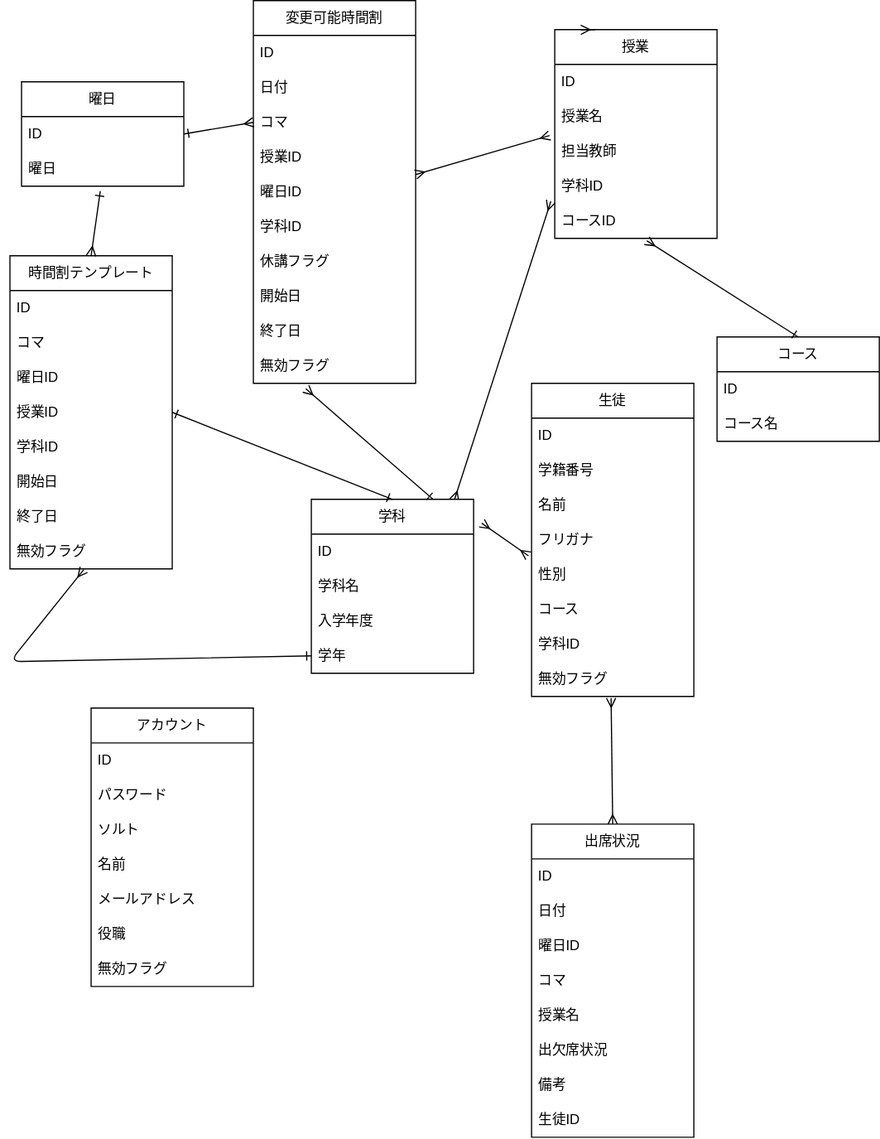
This is データベース.drawio.svg from Raiki215/project_j, a draw.io export, as it was before one commit. Source tidied: cells renumbered, new cells last; positions are measured from the earlier drawing's top-left corner, leaving out a move shared by most shapes.
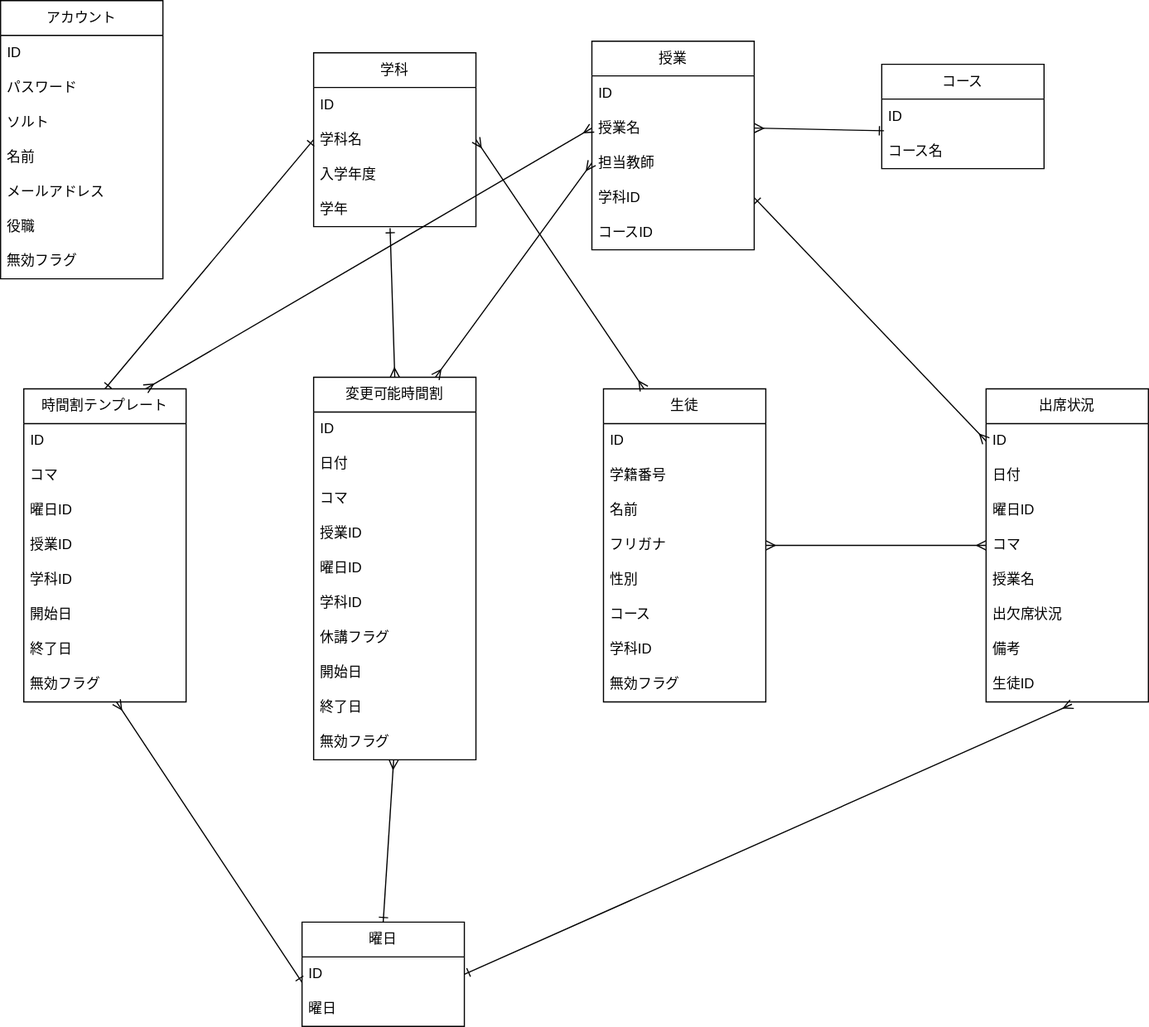
Above is the later version.

What changed in the source:
```diff
@@ -2,11 +2,8 @@
   <root>
     <mxCell id="0" />
     <mxCell id="1" parent="0" />
-    <mxCell id="2" style="edgeStyle=none;html=1;endArrow=ERmany;endFill=0;entryX=0.881;entryY=0.005;entryDx=0;entryDy=0;entryPerimeter=0;exitX=-0.024;exitY=-0.067;exitDx=0;exitDy=0;startArrow=ERmany;startFill=0;exitPerimeter=0;" parent="1" edge="1" source="22" target="3">
-      <mxGeometry relative="1" as="geometry" />
-    </mxCell>
     <mxCell id="3" value="学科" style="swimlane;fontStyle=0;horizontal=1;startSize=30;whiteSpace=wrap;html=1;" parent="1" vertex="1">
-      <mxGeometry x="260" y="430" width="140" height="150" as="geometry" />
+      <mxGeometry x="270" y="-10" width="140" height="150" as="geometry" />
     </mxCell>
     <mxCell id="4" value="ID" style="text;strokeColor=none;fillColor=none;align=left;verticalAlign=middle;spacingLeft=4;spacingRight=4;overflow=hidden;whiteSpace=wrap;html=1;" parent="3" vertex="1">
       <mxGeometry y="30" width="140" height="30" as="geometry" />
@@ -21,7 +18,7 @@
       <mxGeometry y="120" width="140" height="30" as="geometry" />
     </mxCell>
     <mxCell id="8" value="生徒" style="swimlane;fontStyle=0;horizontal=1;startSize=30;whiteSpace=wrap;html=1;" parent="1" vertex="1">
-      <mxGeometry x="450" y="330" width="140" height="270" as="geometry" />
+      <mxGeometry x="520" y="280" width="140" height="270" as="geometry" />
     </mxCell>
     <mxCell id="9" value="ID" style="text;strokeColor=none;fillColor=none;align=left;verticalAlign=middle;spacingLeft=4;spacingRight=4;overflow=hidden;whiteSpace=wrap;html=1;" parent="8" vertex="1">
       <mxGeometry y="30" width="140" height="30" as="geometry" />
@@ -47,26 +44,8 @@
     <mxCell id="16" value="無効フラグ" style="text;strokeColor=none;fillColor=none;align=left;verticalAlign=middle;spacingLeft=4;spacingRight=4;overflow=hidden;points=[[0,0.5],[1,0.5]];portConstraint=eastwest;whiteSpace=wrap;html=1;" parent="8" vertex="1">
       <mxGeometry y="240" width="140" height="30" as="geometry" />
     </mxCell>
-    <mxCell id="17" value="授業" style="swimlane;fontStyle=0;horizontal=1;startSize=30;whiteSpace=wrap;html=1;" parent="1" vertex="1">
-      <mxGeometry x="470" y="25" width="140" height="180" as="geometry" />
-    </mxCell>
-    <mxCell id="18" value="ID" style="text;strokeColor=none;fillColor=none;align=left;verticalAlign=middle;spacingLeft=4;spacingRight=4;overflow=hidden;whiteSpace=wrap;html=1;" parent="17" vertex="1">
-      <mxGeometry y="30" width="140" height="30" as="geometry" />
-    </mxCell>
-    <mxCell id="19" value="授業名" style="text;strokeColor=none;fillColor=none;align=left;verticalAlign=middle;spacingLeft=4;spacingRight=4;overflow=hidden;points=[[0,0.5],[1,0.5]];portConstraint=eastwest;whiteSpace=wrap;html=1;" parent="17" vertex="1">
-      <mxGeometry y="60" width="140" height="30" as="geometry" />
-    </mxCell>
-    <mxCell id="20" value="担当教師" style="text;strokeColor=none;fillColor=none;align=left;verticalAlign=middle;spacingLeft=4;spacingRight=4;overflow=hidden;points=[[0,0.5],[1,0.5]];portConstraint=eastwest;whiteSpace=wrap;html=1;" parent="17" vertex="1">
-      <mxGeometry y="90" width="140" height="30" as="geometry" />
-    </mxCell>
-    <mxCell id="21" value="学科ID" style="text;strokeColor=none;fillColor=none;align=left;verticalAlign=middle;spacingLeft=4;spacingRight=4;overflow=hidden;points=[[0,0.5],[1,0.5]];portConstraint=eastwest;whiteSpace=wrap;html=1;" parent="17" vertex="1">
-      <mxGeometry y="120" width="140" height="30" as="geometry" />
-    </mxCell>
-    <mxCell id="22" value="コースID" style="text;strokeColor=none;fillColor=none;align=left;verticalAlign=middle;spacingLeft=4;spacingRight=4;overflow=hidden;points=[[0,0.5],[1,0.5]];portConstraint=eastwest;whiteSpace=wrap;html=1;" parent="17" vertex="1">
-      <mxGeometry y="150" width="140" height="30" as="geometry" />
-    </mxCell>
     <mxCell id="23" value="出席状況" style="swimlane;fontStyle=0;horizontal=1;startSize=30;whiteSpace=wrap;html=1;" parent="1" vertex="1">
-      <mxGeometry x="450" y="710" width="140" height="270" as="geometry" />
+      <mxGeometry x="850" y="280" width="140" height="270" as="geometry" />
     </mxCell>
     <mxCell id="24" value="ID" style="text;strokeColor=none;fillColor=none;align=left;verticalAlign=middle;spacingLeft=4;spacingRight=4;overflow=hidden;points=[[0,0.5],[1,0.5]];portConstraint=eastwest;whiteSpace=wrap;html=1;" parent="23" vertex="1">
       <mxGeometry y="30" width="140" height="30" as="geometry" />
@@ -93,7 +72,7 @@
       <mxGeometry y="240" width="140" height="30" as="geometry" />
     </mxCell>
     <mxCell id="32" value="アカウント" style="swimlane;fontStyle=0;horizontal=1;startSize=30;whiteSpace=wrap;html=1;" parent="1" vertex="1">
-      <mxGeometry x="70" y="610" width="140" height="240" as="geometry" />
+      <mxGeometry y="-55" width="140" height="240" as="geometry" />
     </mxCell>
     <mxCell id="33" value="ID" style="text;strokeColor=none;fillColor=none;align=left;verticalAlign=middle;spacingLeft=4;spacingRight=4;overflow=hidden;whiteSpace=wrap;html=1;" parent="32" vertex="1">
       <mxGeometry y="30" width="140" height="30" as="geometry" />
@@ -116,14 +95,8 @@
     <mxCell id="39" value="無効フラグ" style="text;strokeColor=none;fillColor=none;align=left;verticalAlign=middle;spacingLeft=4;spacingRight=4;overflow=hidden;whiteSpace=wrap;html=1;" parent="32" vertex="1">
       <mxGeometry y="210" width="140" height="30" as="geometry" />
     </mxCell>
-    <mxCell id="40" style="edgeStyle=none;html=1;endArrow=ERmany;endFill=0;exitX=-0.019;exitY=-0.044;exitDx=0;exitDy=0;startArrow=ERmany;startFill=0;exitPerimeter=0;entryX=1.05;entryY=0.137;entryDx=0;entryDy=0;entryPerimeter=0;" parent="1" edge="1" source="13" target="3">
-      <mxGeometry relative="1" as="geometry" />
-    </mxCell>
-    <mxCell id="41" style="edgeStyle=none;html=1;endArrow=ERmany;endFill=0;entryX=0.49;entryY=1.044;entryDx=0;entryDy=0;entryPerimeter=0;exitX=0.5;exitY=0;exitDx=0;exitDy=0;startArrow=ERmany;startFill=0;" parent="1" edge="1" source="23" target="16">
-      <mxGeometry relative="1" as="geometry" />
-    </mxCell>
     <mxCell id="42" value="コース" style="swimlane;fontStyle=0;horizontal=1;startSize=30;whiteSpace=wrap;html=1;" parent="1" vertex="1">
-      <mxGeometry x="610" y="290" width="140" height="90" as="geometry" />
+      <mxGeometry x="760" width="140" height="90" as="geometry" />
     </mxCell>
     <mxCell id="43" value="ID" style="text;strokeColor=none;fillColor=none;align=left;verticalAlign=middle;spacingLeft=4;spacingRight=4;overflow=hidden;whiteSpace=wrap;html=1;" parent="42" vertex="1">
       <mxGeometry y="30" width="140" height="30" as="geometry" />
@@ -131,11 +104,8 @@
     <mxCell id="44" value="コース名" style="text;strokeColor=none;fillColor=none;align=left;verticalAlign=middle;spacingLeft=4;spacingRight=4;overflow=hidden;points=[[0,0.5],[1,0.5]];portConstraint=eastwest;whiteSpace=wrap;html=1;" parent="42" vertex="1">
       <mxGeometry y="60" width="140" height="30" as="geometry" />
     </mxCell>
-    <mxCell id="45" style="edgeStyle=none;html=1;endArrow=ERmany;endFill=0;entryX=0.567;entryY=1.067;entryDx=0;entryDy=0;exitX=0.5;exitY=0;exitDx=0;exitDy=0;entryPerimeter=0;startArrow=ERone;startFill=0;" parent="1" edge="1" source="42" target="22">
-      <mxGeometry relative="1" as="geometry" />
-    </mxCell>
     <mxCell id="46" value="時間割テンプレート" style="swimlane;fontStyle=0;horizontal=1;startSize=30;whiteSpace=wrap;html=1;" parent="1" vertex="1">
-      <mxGeometry y="220" width="140" height="270" as="geometry" />
+      <mxGeometry x="20" y="280" width="140" height="270" as="geometry" />
     </mxCell>
     <mxCell id="47" value="ID" style="text;strokeColor=none;fillColor=none;align=left;verticalAlign=middle;spacingLeft=4;spacingRight=4;overflow=hidden;whiteSpace=wrap;html=1;" parent="46" vertex="1">
       <mxGeometry y="30" width="140" height="30" as="geometry" />
@@ -161,14 +131,8 @@
     <mxCell id="54" value="無効フラグ" style="text;strokeColor=none;fillColor=none;align=left;verticalAlign=middle;spacingLeft=4;spacingRight=4;overflow=hidden;points=[[0,0.5],[1,0.5]];portConstraint=eastwest;whiteSpace=wrap;html=1;" parent="46" vertex="1">
       <mxGeometry y="240" width="140" height="30" as="geometry" />
     </mxCell>
-    <mxCell id="55" style="edgeStyle=none;html=1;exitX=0.25;exitY=0;exitDx=0;exitDy=0;entryX=0.16;entryY=0.001;entryDx=0;entryDy=0;entryPerimeter=0;endArrow=ERmany;endFill=0;" parent="1" edge="1" source="17" target="17">
-      <mxGeometry relative="1" as="geometry" />
-    </mxCell>
-    <mxCell id="56" style="edgeStyle=none;html=1;endArrow=ERone;endFill=0;exitX=1;exitY=0.5;exitDx=0;exitDy=0;startArrow=ERone;startFill=0;entryX=0.5;entryY=0;entryDx=0;entryDy=0;" parent="1" edge="1" source="50" target="3">
-      <mxGeometry relative="1" as="geometry" />
-    </mxCell>
     <mxCell id="57" value="曜日" style="swimlane;fontStyle=0;horizontal=1;startSize=30;whiteSpace=wrap;html=1;" parent="1" vertex="1">
-      <mxGeometry x="10" y="70" width="140" height="90" as="geometry" />
+      <mxGeometry x="260" y="740" width="140" height="90" as="geometry" />
     </mxCell>
     <mxCell id="58" value="ID" style="text;strokeColor=none;fillColor=none;align=left;verticalAlign=middle;spacingLeft=4;spacingRight=4;overflow=hidden;points=[[0,0.5],[1,0.5]];portConstraint=eastwest;whiteSpace=wrap;html=1;" parent="57" vertex="1">
       <mxGeometry y="30" width="140" height="30" as="geometry" />
@@ -177,7 +141,7 @@
       <mxGeometry y="60" width="140" height="30" as="geometry" />
     </mxCell>
     <mxCell id="60" value="変更可能時間割" style="swimlane;fontStyle=0;horizontal=1;startSize=30;whiteSpace=wrap;html=1;" parent="1" vertex="1">
-      <mxGeometry x="210" width="140" height="330" as="geometry" />
+      <mxGeometry x="270" y="270" width="140" height="330" as="geometry" />
     </mxCell>
     <mxCell id="61" value="ID" style="text;strokeColor=none;fillColor=none;align=left;verticalAlign=middle;spacingLeft=4;spacingRight=4;overflow=hidden;whiteSpace=wrap;html=1;" parent="60" vertex="1">
       <mxGeometry y="30" width="140" height="30" as="geometry" />
@@ -209,26 +173,56 @@
     <mxCell id="70" value="無効フラグ" style="text;strokeColor=none;fillColor=none;align=left;verticalAlign=middle;spacingLeft=4;spacingRight=4;overflow=hidden;points=[[0,0.5],[1,0.5]];portConstraint=eastwest;whiteSpace=wrap;html=1;" parent="60" vertex="1">
       <mxGeometry y="300" width="140" height="30" as="geometry" />
     </mxCell>
-    <mxCell id="71" style="edgeStyle=none;html=1;endArrow=ERmany;endFill=0;startArrow=ERone;startFill=0;exitX=1;exitY=0.5;exitDx=0;exitDy=0;entryX=0;entryY=0.5;entryDx=0;entryDy=0;" parent="1" edge="1" source="58" target="63">
-      <mxGeometry relative="1" as="geometry" />
-    </mxCell>
-    <mxCell id="72" style="edgeStyle=none;html=1;endArrow=ERmany;endFill=0;startArrow=ERone;startFill=0;exitX=0.485;exitY=1.147;exitDx=0;exitDy=0;entryX=0.5;entryY=0;entryDx=0;entryDy=0;exitPerimeter=0;" parent="1" edge="1" source="59" target="46">
-      <mxGeometry relative="1" as="geometry" />
-    </mxCell>
-    <mxCell id="73" style="edgeStyle=none;html=1;endArrow=ERmany;endFill=0;startArrow=ERone;startFill=0;exitX=0.75;exitY=0;exitDx=0;exitDy=0;entryX=0.323;entryY=1.156;entryDx=0;entryDy=0;entryPerimeter=0;" parent="1" edge="1" source="3" target="70">
-      <mxGeometry relative="1" as="geometry" />
-    </mxCell>
-    <mxCell id="74" style="edgeStyle=none;html=1;endArrow=ERmany;endFill=0;startArrow=ERone;startFill=0;entryX=0.455;entryY=1.019;entryDx=0;entryDy=0;entryPerimeter=0;exitX=0;exitY=0.5;exitDx=0;exitDy=0;" parent="1" edge="1" source="7" target="54">
-      <mxGeometry relative="1" as="geometry">
-        <Array as="points">
-          <mxPoint y="570" />
-        </Array>
-      </mxGeometry>
-    </mxCell>
-    <mxCell id="75" style="edgeStyle=none;html=1;endArrow=ERmany;endFill=0;startArrow=ERmany;startFill=0;entryX=-0.032;entryY=0.044;entryDx=0;entryDy=0;entryPerimeter=0;" parent="1" edge="1" target="20">
-      <mxGeometry relative="1" as="geometry">
-        <mxPoint x="350" y="150" as="sourcePoint" />
-      </mxGeometry>
-    </mxCell>
+    <mxCell id="17" value="授業" style="swimlane;fontStyle=0;horizontal=1;startSize=30;whiteSpace=wrap;html=1;" parent="1" vertex="1">
+      <mxGeometry x="510" y="-20" width="140" height="180" as="geometry" />
+    </mxCell>
+    <mxCell id="18" value="ID" style="text;strokeColor=none;fillColor=none;align=left;verticalAlign=middle;spacingLeft=4;spacingRight=4;overflow=hidden;whiteSpace=wrap;html=1;" parent="17" vertex="1">
+      <mxGeometry y="30" width="140" height="30" as="geometry" />
+    </mxCell>
+    <mxCell id="19" value="授業名" style="text;strokeColor=none;fillColor=none;align=left;verticalAlign=middle;spacingLeft=4;spacingRight=4;overflow=hidden;points=[[0,0.5],[1,0.5]];portConstraint=eastwest;whiteSpace=wrap;html=1;" parent="17" vertex="1">
+      <mxGeometry y="60" width="140" height="30" as="geometry" />
+    </mxCell>
+    <mxCell id="20" value="担当教師" style="text;strokeColor=none;fillColor=none;align=left;verticalAlign=middle;spacingLeft=4;spacingRight=4;overflow=hidden;points=[[0,0.5],[1,0.5]];portConstraint=eastwest;whiteSpace=wrap;html=1;" parent="17" vertex="1">
+      <mxGeometry y="90" width="140" height="30" as="geometry" />
+    </mxCell>
+    <mxCell id="21" value="学科ID" style="text;strokeColor=none;fillColor=none;align=left;verticalAlign=middle;spacingLeft=4;spacingRight=4;overflow=hidden;points=[[0,0.5],[1,0.5]];portConstraint=eastwest;whiteSpace=wrap;html=1;" parent="17" vertex="1">
+      <mxGeometry y="120" width="140" height="30" as="geometry" />
+    </mxCell>
+    <mxCell id="22" value="コースID" style="text;strokeColor=none;fillColor=none;align=left;verticalAlign=middle;spacingLeft=4;spacingRight=4;overflow=hidden;points=[[0,0.5],[1,0.5]];portConstraint=eastwest;whiteSpace=wrap;html=1;" parent="17" vertex="1">
+      <mxGeometry y="150" width="140" height="30" as="geometry" />
+    </mxCell>
+    <mxCell id="76" style="endArrow=ERone;startArrow=ERone;html=1;exitX=0.5;exitY=0;exitDx=0;exitDy=0;entryX=0;entryY=0.5;entryDx=0;entryDy=0;startFill=0;endFill=0;" parent="1" edge="1" source="46" target="5">
+      <mxGeometry relative="1" as="geometry" />
+    </mxCell>
+    <mxCell id="77" style="endArrow=ERone;startArrow=ERmany;html=1;exitX=0.5;exitY=0;exitDx=0;exitDy=0;entryX=0.471;entryY=1.044;entryDx=0;entryDy=0;startFill=0;endFill=0;entryPerimeter=0;" parent="1" edge="1" source="60" target="7">
+      <mxGeometry relative="1" as="geometry" />
+    </mxCell>
+    <mxCell id="78" style="endArrow=ERmany;startArrow=ERmany;html=1;exitX=0.25;exitY=0;exitDx=0;exitDy=0;entryX=1;entryY=0.5;entryDx=0;entryDy=0;startFill=0;endFill=0;" parent="1" edge="1" source="8" target="5">
+      <mxGeometry relative="1" as="geometry" />
+    </mxCell>
+    <mxCell id="79" style="endArrow=ERmany;startArrow=ERmany;html=1;exitX=0;exitY=0.5;exitDx=0;exitDy=0;entryX=1;entryY=0.5;entryDx=0;entryDy=0;startFill=0;endFill=0;" parent="1" edge="1" source="27" target="12">
+      <mxGeometry relative="1" as="geometry" />
+    </mxCell>
+    <mxCell id="80" style="endArrow=ERone;startArrow=ERmany;html=1;exitX=1;exitY=0.5;exitDx=0;exitDy=0;entryX=0.014;entryY=-0.089;entryDx=0;entryDy=0;startFill=0;endFill=0;entryPerimeter=0;" parent="1" edge="1" source="19" target="44">
+      <mxGeometry relative="1" as="geometry" />
+    </mxCell>
+    <mxCell id="81" style="endArrow=ERone;startArrow=ERmany;html=1;exitX=0;exitY=0.5;exitDx=0;exitDy=0;entryX=1;entryY=0.5;entryDx=0;entryDy=0;startFill=0;endFill=0;" parent="1" edge="1" source="24" target="21">
+      <mxGeometry relative="1" as="geometry" />
+    </mxCell>
+    <mxCell id="82" style="endArrow=ERone;startArrow=ERmany;html=1;entryX=0;entryY=-0.267;entryDx=0;entryDy=0;startFill=0;endFill=0;entryPerimeter=0;" parent="1" edge="1" source="54" target="59">
+      <mxGeometry relative="1" as="geometry" />
+    </mxCell>
+    <mxCell id="83" style="endArrow=ERone;startArrow=ERmany;html=1;entryX=0.5;entryY=0;entryDx=0;entryDy=0;startFill=0;endFill=0;" parent="1" edge="1" source="70" target="57">
+      <mxGeometry relative="1" as="geometry" />
+    </mxCell>
+    <mxCell id="84" style="endArrow=ERone;startArrow=ERmany;html=1;entryX=1;entryY=0.5;entryDx=0;entryDy=0;startFill=0;endFill=0;exitX=0.529;exitY=1.067;exitDx=0;exitDy=0;exitPerimeter=0;" parent="1" edge="1" source="31" target="58">
+      <mxGeometry relative="1" as="geometry" />
+    </mxCell>
+    <mxCell id="85" style="endArrow=ERmany;startArrow=ERmany;html=1;exitX=0.75;exitY=0;exitDx=0;exitDy=0;entryX=0;entryY=0.5;entryDx=0;entryDy=0;startFill=0;endFill=0;" parent="1" edge="1" source="46" target="19">
+      <mxGeometry relative="1" as="geometry" />
+    </mxCell>
+    <mxCell id="86" style="endArrow=ERmany;startArrow=ERmany;html=1;exitX=0.75;exitY=0;exitDx=0;exitDy=0;entryX=0;entryY=0.5;entryDx=0;entryDy=0;startFill=0;endFill=0;" parent="1" edge="1" source="60" target="20">
+      <mxGeometry relative="1" as="geometry" />
+    </mxCell>
   </root>
 </mxGraphModel>
```
